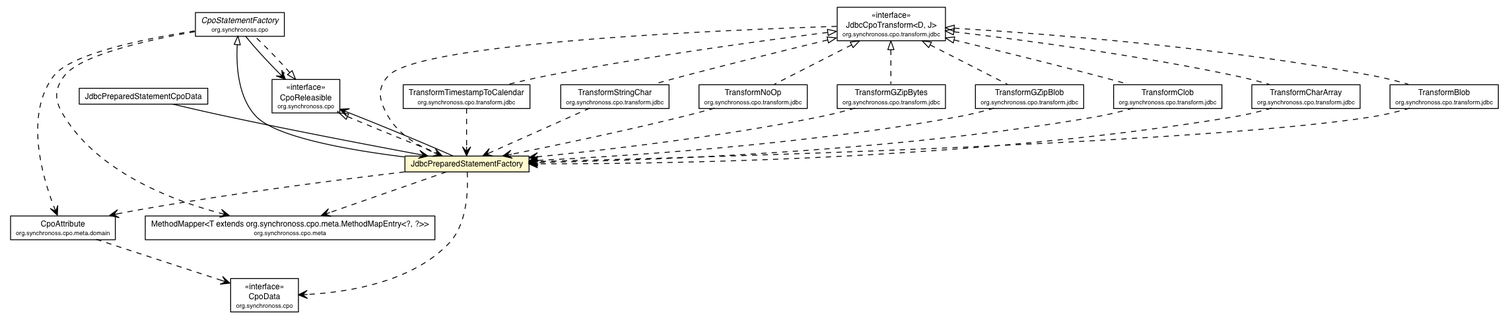
Earlier version of the Graphviz export site/apidocs/org/synchronoss/cpo/jdbc/JdbcPreparedStatementFactory.png (synchronoss/cpo-api). Its source is kept beside it as site/apidocs/org/synchronoss/cpo/jdbc/JdbcPreparedStatementFactory.dot.
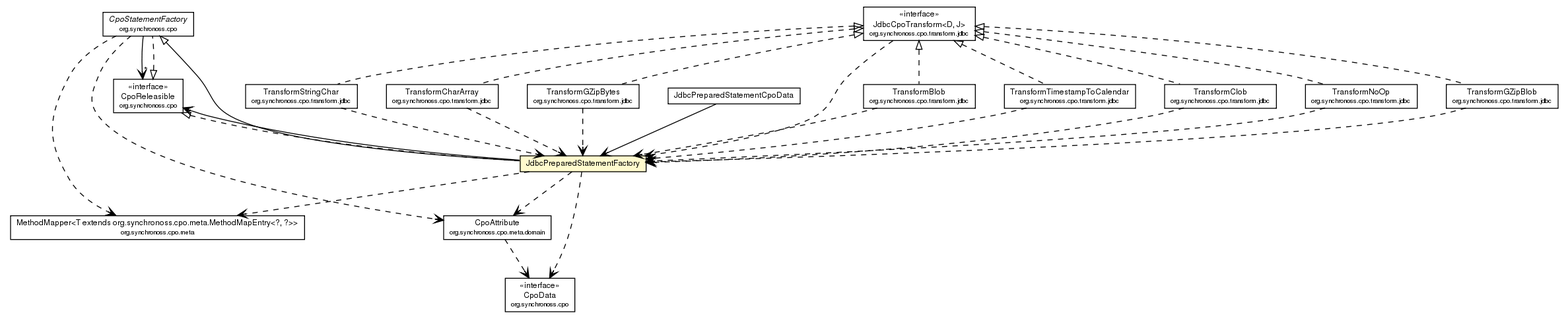
The same file after the commit.

The edit, as a diff of the source:
```diff
@@ -2,130 +2,130 @@
 digraph G {
 	edge [fontname="Helvetica",fontsize=10,labelfontname="Helvetica",labelfontsize=10];
 	node [fontname="Helvetica",fontsize=10,shape=plaintext];
-	c33418 [label=<<table border="0" cellborder="1" cellspacing="0" cellpadding="2" port="p" href="../CpoStatementFactory.html">
+	c36860 [label=<<table border="0" cellborder="1" cellspacing="0" cellpadding="2" port="p" href="../CpoData.html">
 		<tr><td><table border="0" cellspacing="0" cellpadding="1">
-			<tr><td><font face="Helvetica-Oblique"> CpoStatementFactory </font></td></tr>
+			<tr><td> &laquo;interface&raquo; </td></tr>
+			<tr><td> CpoData </td></tr>
 			<tr><td><font point-size="7.0"> org.synchronoss.cpo </font></td></tr>
 		</table></td></tr>
 		</table>>, fontname="Helvetica", fontcolor="black", fontsize=9.0];
-	c33420 [label=<<table border="0" cellborder="1" cellspacing="0" cellpadding="2" port="p" href="../CpoReleasible.html">
+	c36862 [label=<<table border="0" cellborder="1" cellspacing="0" cellpadding="2" port="p" href="../CpoReleasible.html">
 		<tr><td><table border="0" cellspacing="0" cellpadding="1">
 			<tr><td> &laquo;interface&raquo; </td></tr>
 			<tr><td> CpoReleasible </td></tr>
 			<tr><td><font point-size="7.0"> org.synchronoss.cpo </font></td></tr>
 		</table></td></tr>
 		</table>>, fontname="Helvetica", fontcolor="black", fontsize=9.0];
-	c33424 [label=<<table border="0" cellborder="1" cellspacing="0" cellpadding="2" port="p" href="../CpoData.html">
+	c36864 [label=<<table border="0" cellborder="1" cellspacing="0" cellpadding="2" port="p" href="../CpoStatementFactory.html">
 		<tr><td><table border="0" cellspacing="0" cellpadding="1">
-			<tr><td> &laquo;interface&raquo; </td></tr>
-			<tr><td> CpoData </td></tr>
+			<tr><td><font face="Helvetica-Oblique"> CpoStatementFactory </font></td></tr>
 			<tr><td><font point-size="7.0"> org.synchronoss.cpo </font></td></tr>
 		</table></td></tr>
 		</table>>, fontname="Helvetica", fontcolor="black", fontsize=9.0];
-	c33450 [label=<<table border="0" cellborder="1" cellspacing="0" cellpadding="2" port="p" href="../meta/MethodMapper.html">
+	c36881 [label=<<table border="0" cellborder="1" cellspacing="0" cellpadding="2" port="p" href="../meta/MethodMapper.html">
 		<tr><td><table border="0" cellspacing="0" cellpadding="1">
 			<tr><td> MethodMapper&lt;T extends org.synchronoss.cpo.meta.MethodMapEntry&lt;?, ?&gt;&gt; </td></tr>
 			<tr><td><font point-size="7.0"> org.synchronoss.cpo.meta </font></td></tr>
 		</table></td></tr>
 		</table>>, fontname="Helvetica", fontcolor="black", fontsize=9.0];
-	c33469 [label=<<table border="0" cellborder="1" cellspacing="0" cellpadding="2" port="p" href="../meta/domain/CpoAttribute.html">
+	c36887 [label=<<table border="0" cellborder="1" cellspacing="0" cellpadding="2" port="p" href="../meta/domain/CpoAttribute.html">
 		<tr><td><table border="0" cellspacing="0" cellpadding="1">
 			<tr><td> CpoAttribute </td></tr>
 			<tr><td><font point-size="7.0"> org.synchronoss.cpo.meta.domain </font></td></tr>
 		</table></td></tr>
 		</table>>, fontname="Helvetica", fontcolor="black", fontsize=9.0];
-	c33528 [label=<<table border="0" cellborder="1" cellspacing="0" cellpadding="2" port="p" bgcolor="lemonChiffon" href="./JdbcPreparedStatementFactory.html">
+	c36955 [label=<<table border="0" cellborder="1" cellspacing="0" cellpadding="2" port="p" href="../transform/jdbc/TransformCharArray.html">
 		<tr><td><table border="0" cellspacing="0" cellpadding="1">
-			<tr><td> JdbcPreparedStatementFactory </td></tr>
-		</table></td></tr>
-		</table>>, fontname="Helvetica", fontcolor="black", fontsize=9.0];
-	c33529 [label=<<table border="0" cellborder="1" cellspacing="0" cellpadding="2" port="p" href="./JdbcPreparedStatementCpoData.html">
-		<tr><td><table border="0" cellspacing="0" cellpadding="1">
-			<tr><td> JdbcPreparedStatementCpoData </td></tr>
-		</table></td></tr>
-		</table>>, fontname="Helvetica", fontcolor="black", fontsize=9.0];
-	c33547 [label=<<table border="0" cellborder="1" cellspacing="0" cellpadding="2" port="p" href="../transform/jdbc/TransformTimestampToCalendar.html">
-		<tr><td><table border="0" cellspacing="0" cellpadding="1">
-			<tr><td> TransformTimestampToCalendar </td></tr>
+			<tr><td> TransformCharArray </td></tr>
 			<tr><td><font point-size="7.0"> org.synchronoss.cpo.transform.jdbc </font></td></tr>
 		</table></td></tr>
 		</table>>, fontname="Helvetica", fontcolor="black", fontsize=9.0];
-	c33548 [label=<<table border="0" cellborder="1" cellspacing="0" cellpadding="2" port="p" href="../transform/jdbc/TransformStringChar.html">
-		<tr><td><table border="0" cellspacing="0" cellpadding="1">
-			<tr><td> TransformStringChar </td></tr>
-			<tr><td><font point-size="7.0"> org.synchronoss.cpo.transform.jdbc </font></td></tr>
-		</table></td></tr>
-		</table>>, fontname="Helvetica", fontcolor="black", fontsize=9.0];
-	c33549 [label=<<table border="0" cellborder="1" cellspacing="0" cellpadding="2" port="p" href="../transform/jdbc/TransformNoOp.html">
-		<tr><td><table border="0" cellspacing="0" cellpadding="1">
-			<tr><td> TransformNoOp </td></tr>
-			<tr><td><font point-size="7.0"> org.synchronoss.cpo.transform.jdbc </font></td></tr>
-		</table></td></tr>
-		</table>>, fontname="Helvetica", fontcolor="black", fontsize=9.0];
-	c33550 [label=<<table border="0" cellborder="1" cellspacing="0" cellpadding="2" port="p" href="../transform/jdbc/TransformGZipBytes.html">
+	c36956 [label=<<table border="0" cellborder="1" cellspacing="0" cellpadding="2" port="p" href="../transform/jdbc/TransformGZipBytes.html">
 		<tr><td><table border="0" cellspacing="0" cellpadding="1">
 			<tr><td> TransformGZipBytes </td></tr>
 			<tr><td><font point-size="7.0"> org.synchronoss.cpo.transform.jdbc </font></td></tr>
 		</table></td></tr>
 		</table>>, fontname="Helvetica", fontcolor="black", fontsize=9.0];
-	c33551 [label=<<table border="0" cellborder="1" cellspacing="0" cellpadding="2" port="p" href="../transform/jdbc/TransformGZipBlob.html">
-		<tr><td><table border="0" cellspacing="0" cellpadding="1">
-			<tr><td> TransformGZipBlob </td></tr>
-			<tr><td><font point-size="7.0"> org.synchronoss.cpo.transform.jdbc </font></td></tr>
-		</table></td></tr>
-		</table>>, fontname="Helvetica", fontcolor="black", fontsize=9.0];
-	c33552 [label=<<table border="0" cellborder="1" cellspacing="0" cellpadding="2" port="p" href="../transform/jdbc/TransformClob.html">
-		<tr><td><table border="0" cellspacing="0" cellpadding="1">
-			<tr><td> TransformClob </td></tr>
-			<tr><td><font point-size="7.0"> org.synchronoss.cpo.transform.jdbc </font></td></tr>
-		</table></td></tr>
-		</table>>, fontname="Helvetica", fontcolor="black", fontsize=9.0];
-	c33553 [label=<<table border="0" cellborder="1" cellspacing="0" cellpadding="2" port="p" href="../transform/jdbc/TransformCharArray.html">
-		<tr><td><table border="0" cellspacing="0" cellpadding="1">
-			<tr><td> TransformCharArray </td></tr>
-			<tr><td><font point-size="7.0"> org.synchronoss.cpo.transform.jdbc </font></td></tr>
-		</table></td></tr>
-		</table>>, fontname="Helvetica", fontcolor="black", fontsize=9.0];
-	c33554 [label=<<table border="0" cellborder="1" cellspacing="0" cellpadding="2" port="p" href="../transform/jdbc/TransformBlob.html">
-		<tr><td><table border="0" cellspacing="0" cellpadding="1">
-			<tr><td> TransformBlob </td></tr>
-			<tr><td><font point-size="7.0"> org.synchronoss.cpo.transform.jdbc </font></td></tr>
-		</table></td></tr>
-		</table>>, fontname="Helvetica", fontcolor="black", fontsize=9.0];
-	c33557 [label=<<table border="0" cellborder="1" cellspacing="0" cellpadding="2" port="p" href="../transform/jdbc/JdbcCpoTransform.html">
+	c36957 [label=<<table border="0" cellborder="1" cellspacing="0" cellpadding="2" port="p" href="../transform/jdbc/JdbcCpoTransform.html">
 		<tr><td><table border="0" cellspacing="0" cellpadding="1">
 			<tr><td> &laquo;interface&raquo; </td></tr>
 			<tr><td> JdbcCpoTransform&lt;D, J&gt; </td></tr>
 			<tr><td><font point-size="7.0"> org.synchronoss.cpo.transform.jdbc </font></td></tr>
 		</table></td></tr>
 		</table>>, fontname="Helvetica", fontcolor="black", fontsize=9.0];
-	c33420:p -> c33418:p [dir=back,arrowtail=empty,style=dashed];
-	c33418:p -> c33528:p [dir=back,arrowtail=empty];
-	c33420:p -> c33528:p [dir=back,arrowtail=empty,style=dashed];
-	c33557:p -> c33547:p [dir=back,arrowtail=empty,style=dashed];
-	c33557:p -> c33548:p [dir=back,arrowtail=empty,style=dashed];
-	c33557:p -> c33549:p [dir=back,arrowtail=empty,style=dashed];
-	c33557:p -> c33550:p [dir=back,arrowtail=empty,style=dashed];
-	c33557:p -> c33551:p [dir=back,arrowtail=empty,style=dashed];
-	c33557:p -> c33552:p [dir=back,arrowtail=empty,style=dashed];
-	c33557:p -> c33553:p [dir=back,arrowtail=empty,style=dashed];
-	c33557:p -> c33554:p [dir=back,arrowtail=empty,style=dashed];
-	c33418:p -> c33420:p [taillabel="", label="", headlabel="*", fontname="Helvetica", fontcolor="black", fontsize=10.0, color="black", arrowhead=open];
-	c33528:p -> c33420:p [taillabel="", label="", headlabel="*", fontname="Helvetica", fontcolor="black", fontsize=10.0, color="black", arrowhead=open];
-	c33529:p -> c33528:p [taillabel="", label="", headlabel="", fontname="Helvetica", fontcolor="black", fontsize=10.0, color="black", arrowhead=open];
-	c33418:p -> c33469:p [taillabel="", label="", headlabel="", fontname="Helvetica", fontcolor="black", fontsize=10.0, color="black", arrowhead=open, style=dashed];
-	c33418:p -> c33450:p [taillabel="", label="", headlabel="", fontname="Helvetica", fontcolor="black", fontsize=10.0, color="black", arrowhead=open, style=dashed];
-	c33469:p -> c33424:p [taillabel="", label="", headlabel="", fontname="Helvetica", fontcolor="black", fontsize=10.0, color="black", arrowhead=open, style=dashed];
-	c33528:p -> c33450:p [taillabel="", label="", headlabel="", fontname="Helvetica", fontcolor="black", fontsize=10.0, color="black", arrowhead=open, style=dashed];
-	c33528:p -> c33424:p [taillabel="", label="", headlabel="", fontname="Helvetica", fontcolor="black", fontsize=10.0, color="black", arrowhead=open, style=dashed];
-	c33528:p -> c33469:p [taillabel="", label="", headlabel="", fontname="Helvetica", fontcolor="black", fontsize=10.0, color="black", arrowhead=open, style=dashed];
-	c33547:p -> c33528:p [taillabel="", label="", headlabel="", fontname="Helvetica", fontcolor="black", fontsize=10.0, color="black", arrowhead=open, style=dashed];
-	c33548:p -> c33528:p [taillabel="", label="", headlabel="", fontname="Helvetica", fontcolor="black", fontsize=10.0, color="black", arrowhead=open, style=dashed];
-	c33549:p -> c33528:p [taillabel="", label="", headlabel="", fontname="Helvetica", fontcolor="black", fontsize=10.0, color="black", arrowhead=open, style=dashed];
-	c33550:p -> c33528:p [taillabel="", label="", headlabel="", fontname="Helvetica", fontcolor="black", fontsize=10.0, color="black", arrowhead=open, style=dashed];
-	c33551:p -> c33528:p [taillabel="", label="", headlabel="", fontname="Helvetica", fontcolor="black", fontsize=10.0, color="black", arrowhead=open, style=dashed];
-	c33552:p -> c33528:p [taillabel="", label="", headlabel="", fontname="Helvetica", fontcolor="black", fontsize=10.0, color="black", arrowhead=open, style=dashed];
-	c33553:p -> c33528:p [taillabel="", label="", headlabel="", fontname="Helvetica", fontcolor="black", fontsize=10.0, color="black", arrowhead=open, style=dashed];
-	c33554:p -> c33528:p [taillabel="", label="", headlabel="", fontname="Helvetica", fontcolor="black", fontsize=10.0, color="black", arrowhead=open, style=dashed];
-	c33557:p -> c33528:p [taillabel="", label="", headlabel="", fontname="Helvetica", fontcolor="black", fontsize=10.0, color="black", arrowhead=open, style=dashed];
+	c36958 [label=<<table border="0" cellborder="1" cellspacing="0" cellpadding="2" port="p" href="../transform/jdbc/TransformBlob.html">
+		<tr><td><table border="0" cellspacing="0" cellpadding="1">
+			<tr><td> TransformBlob </td></tr>
+			<tr><td><font point-size="7.0"> org.synchronoss.cpo.transform.jdbc </font></td></tr>
+		</table></td></tr>
+		</table>>, fontname="Helvetica", fontcolor="black", fontsize=9.0];
+	c36959 [label=<<table border="0" cellborder="1" cellspacing="0" cellpadding="2" port="p" href="../transform/jdbc/TransformTimestampToCalendar.html">
+		<tr><td><table border="0" cellspacing="0" cellpadding="1">
+			<tr><td> TransformTimestampToCalendar </td></tr>
+			<tr><td><font point-size="7.0"> org.synchronoss.cpo.transform.jdbc </font></td></tr>
+		</table></td></tr>
+		</table>>, fontname="Helvetica", fontcolor="black", fontsize=9.0];
+	c36960 [label=<<table border="0" cellborder="1" cellspacing="0" cellpadding="2" port="p" href="../transform/jdbc/TransformClob.html">
+		<tr><td><table border="0" cellspacing="0" cellpadding="1">
+			<tr><td> TransformClob </td></tr>
+			<tr><td><font point-size="7.0"> org.synchronoss.cpo.transform.jdbc </font></td></tr>
+		</table></td></tr>
+		</table>>, fontname="Helvetica", fontcolor="black", fontsize=9.0];
+	c36961 [label=<<table border="0" cellborder="1" cellspacing="0" cellpadding="2" port="p" href="../transform/jdbc/TransformNoOp.html">
+		<tr><td><table border="0" cellspacing="0" cellpadding="1">
+			<tr><td> TransformNoOp </td></tr>
+			<tr><td><font point-size="7.0"> org.synchronoss.cpo.transform.jdbc </font></td></tr>
+		</table></td></tr>
+		</table>>, fontname="Helvetica", fontcolor="black", fontsize=9.0];
+	c36962 [label=<<table border="0" cellborder="1" cellspacing="0" cellpadding="2" port="p" href="../transform/jdbc/TransformGZipBlob.html">
+		<tr><td><table border="0" cellspacing="0" cellpadding="1">
+			<tr><td> TransformGZipBlob </td></tr>
+			<tr><td><font point-size="7.0"> org.synchronoss.cpo.transform.jdbc </font></td></tr>
+		</table></td></tr>
+		</table>>, fontname="Helvetica", fontcolor="black", fontsize=9.0];
+	c36963 [label=<<table border="0" cellborder="1" cellspacing="0" cellpadding="2" port="p" href="../transform/jdbc/TransformStringChar.html">
+		<tr><td><table border="0" cellspacing="0" cellpadding="1">
+			<tr><td> TransformStringChar </td></tr>
+			<tr><td><font point-size="7.0"> org.synchronoss.cpo.transform.jdbc </font></td></tr>
+		</table></td></tr>
+		</table>>, fontname="Helvetica", fontcolor="black", fontsize=9.0];
+	c36970 [label=<<table border="0" cellborder="1" cellspacing="0" cellpadding="2" port="p" bgcolor="lemonChiffon" href="./JdbcPreparedStatementFactory.html">
+		<tr><td><table border="0" cellspacing="0" cellpadding="1">
+			<tr><td> JdbcPreparedStatementFactory </td></tr>
+		</table></td></tr>
+		</table>>, fontname="Helvetica", fontcolor="black", fontsize=9.0];
+	c36975 [label=<<table border="0" cellborder="1" cellspacing="0" cellpadding="2" port="p" href="./JdbcPreparedStatementCpoData.html">
+		<tr><td><table border="0" cellspacing="0" cellpadding="1">
+			<tr><td> JdbcPreparedStatementCpoData </td></tr>
+		</table></td></tr>
+		</table>>, fontname="Helvetica", fontcolor="black", fontsize=9.0];
+	c36862:p -> c36864:p [dir=back,arrowtail=empty,style=dashed];
+	c36957:p -> c36955:p [dir=back,arrowtail=empty,style=dashed];
+	c36957:p -> c36956:p [dir=back,arrowtail=empty,style=dashed];
+	c36957:p -> c36958:p [dir=back,arrowtail=empty,style=dashed];
+	c36957:p -> c36959:p [dir=back,arrowtail=empty,style=dashed];
+	c36957:p -> c36960:p [dir=back,arrowtail=empty,style=dashed];
+	c36957:p -> c36961:p [dir=back,arrowtail=empty,style=dashed];
+	c36957:p -> c36962:p [dir=back,arrowtail=empty,style=dashed];
+	c36957:p -> c36963:p [dir=back,arrowtail=empty,style=dashed];
+	c36864:p -> c36970:p [dir=back,arrowtail=empty];
+	c36862:p -> c36970:p [dir=back,arrowtail=empty,style=dashed];
+	c36864:p -> c36862:p [taillabel="", label="", headlabel="*", fontname="Helvetica", fontcolor="black", fontsize=10.0, color="black", arrowhead=open];
+	c36970:p -> c36862:p [taillabel="", label="", headlabel="*", fontname="Helvetica", fontcolor="black", fontsize=10.0, color="black", arrowhead=open];
+	c36975:p -> c36970:p [taillabel="", label="", headlabel="", fontname="Helvetica", fontcolor="black", fontsize=10.0, color="black", arrowhead=open];
+	c36864:p -> c36887:p [taillabel="", label="", headlabel="", fontname="Helvetica", fontcolor="black", fontsize=10.0, color="black", arrowhead=open, style=dashed];
+	c36864:p -> c36881:p [taillabel="", label="", headlabel="", fontname="Helvetica", fontcolor="black", fontsize=10.0, color="black", arrowhead=open, style=dashed];
+	c36887:p -> c36860:p [taillabel="", label="", headlabel="", fontname="Helvetica", fontcolor="black", fontsize=10.0, color="black", arrowhead=open, style=dashed];
+	c36955:p -> c36970:p [taillabel="", label="", headlabel="", fontname="Helvetica", fontcolor="black", fontsize=10.0, color="black", arrowhead=open, style=dashed];
+	c36956:p -> c36970:p [taillabel="", label="", headlabel="", fontname="Helvetica", fontcolor="black", fontsize=10.0, color="black", arrowhead=open, style=dashed];
+	c36957:p -> c36970:p [taillabel="", label="", headlabel="", fontname="Helvetica", fontcolor="black", fontsize=10.0, color="black", arrowhead=open, style=dashed];
+	c36958:p -> c36970:p [taillabel="", label="", headlabel="", fontname="Helvetica", fontcolor="black", fontsize=10.0, color="black", arrowhead=open, style=dashed];
+	c36959:p -> c36970:p [taillabel="", label="", headlabel="", fontname="Helvetica", fontcolor="black", fontsize=10.0, color="black", arrowhead=open, style=dashed];
+	c36960:p -> c36970:p [taillabel="", label="", headlabel="", fontname="Helvetica", fontcolor="black", fontsize=10.0, color="black", arrowhead=open, style=dashed];
+	c36961:p -> c36970:p [taillabel="", label="", headlabel="", fontname="Helvetica", fontcolor="black", fontsize=10.0, color="black", arrowhead=open, style=dashed];
+	c36962:p -> c36970:p [taillabel="", label="", headlabel="", fontname="Helvetica", fontcolor="black", fontsize=10.0, color="black", arrowhead=open, style=dashed];
+	c36963:p -> c36970:p [taillabel="", label="", headlabel="", fontname="Helvetica", fontcolor="black", fontsize=10.0, color="black", arrowhead=open, style=dashed];
+	c36970:p -> c36860:p [taillabel="", label="", headlabel="", fontname="Helvetica", fontcolor="black", fontsize=10.0, color="black", arrowhead=open, style=dashed];
+	c36970:p -> c36887:p [taillabel="", label="", headlabel="", fontname="Helvetica", fontcolor="black", fontsize=10.0, color="black", arrowhead=open, style=dashed];
+	c36970:p -> c36881:p [taillabel="", label="", headlabel="", fontname="Helvetica", fontcolor="black", fontsize=10.0, color="black", arrowhead=open, style=dashed];
 }
```
